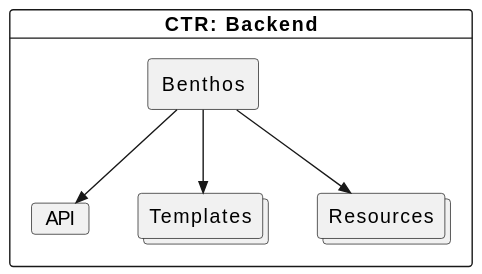
Before: docs/images/backend-container.svg, a diagram exported from PlantUML (ulbmuenster/dataasee).
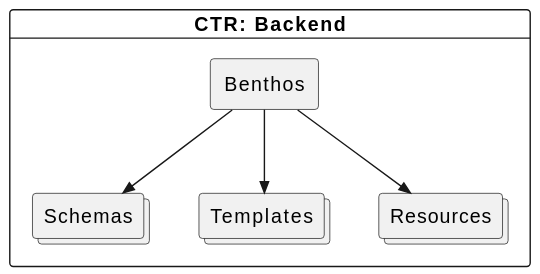
After the commit.

The edit, as a diff of the source:
```diff
@@ -1,7 +1,7 @@
 @startuml
 card ctr_be as "CTR: Backend" {
   agent be as "Benthos"
-  card be0 as "API"
+  collections be0 as "Schemas"
   collections be1 as "Templates"
   collections be2 as "Resources"
 }
```
